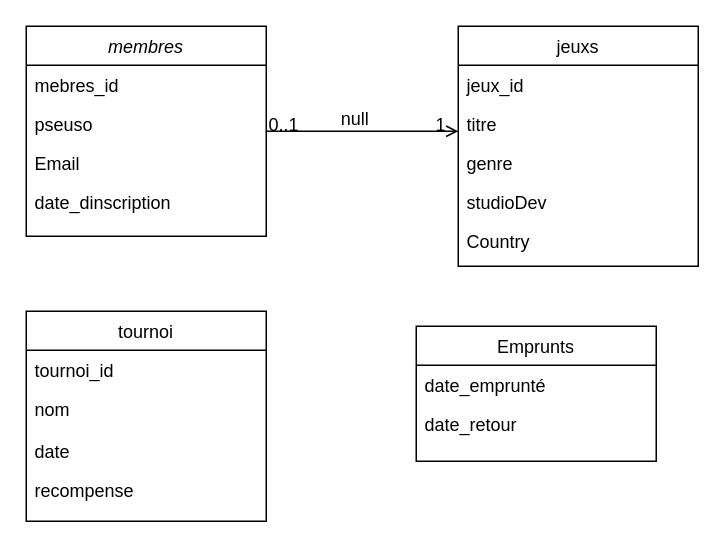
The draw.io diagram Untitled Diagram.drawio in hamza-saaf/Brief_7_Gestion_Club_de_Jeux_Vid-o, before the edit. Source tidied: cells renumbered, new cells numbered last; positions are measured from the earlier drawing's top-left corner, leaving out a move shared by most shapes. Both pictures are drawn from the tidied source at 150%, with x=0, y=0 at pixel (26, 26).
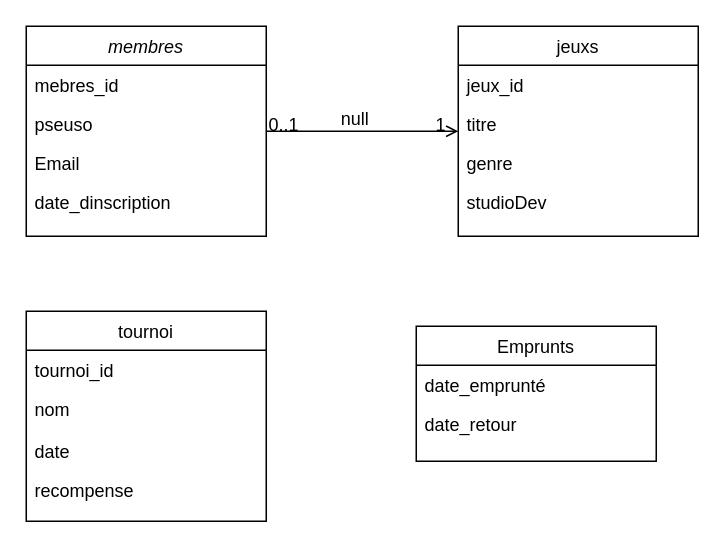
After the change.

Diff of the diagram source:
```diff
@@
     <mxCell id="12" value="jeuxs" style="swimlane;fontStyle=0;align=center;verticalAlign=top;horizontal=1;startSize=26;rounded=0;shadow=0;strokeWidth=1;" parent="1" vertex="1">
-      <mxGeometry x="288" width="160" height="160" as="geometry" />
+      <mxGeometry x="288" width="160" height="140" as="geometry" />
     </mxCell>
@@
-    <mxCell id="17" value="Country" style="text;align=left;verticalAlign=top;spacingLeft=4;spacingRight=4;overflow=hidden;rounded=0;shadow=0;html=0;" parent="12" vertex="1">
-      <mxGeometry y="130" width="160" height="26" as="geometry" />
-    </mxCell>
```
